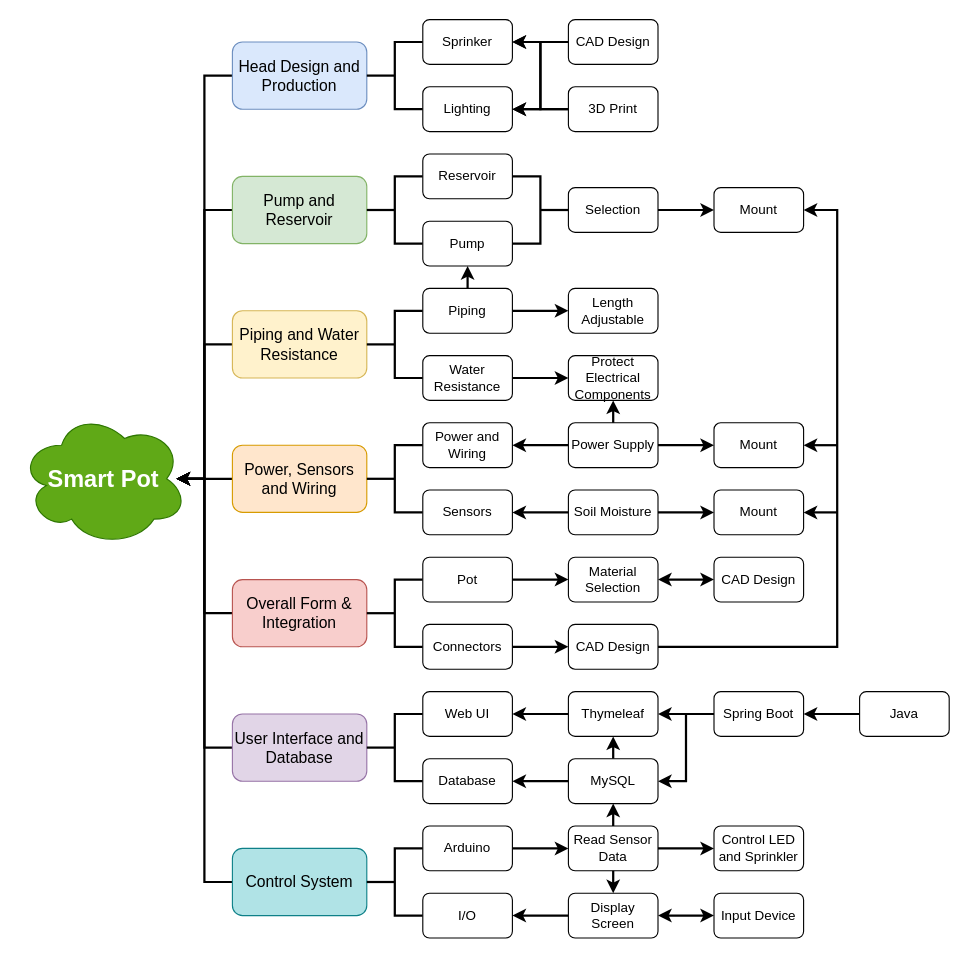
Before: drawio Flowcharts/Sub-Systems Flowchart.drawio in lyzhang0113/SmartPot, a draw.io diagram. Source tidied: cells renumbered, new cells numbered last; positions are measured from the earlier drawing's top-left corner, leaving out a move shared by most shapes. Both pictures are drawn from the tidied source at 112%, with x=0, y=0 at pixel (19, 19).
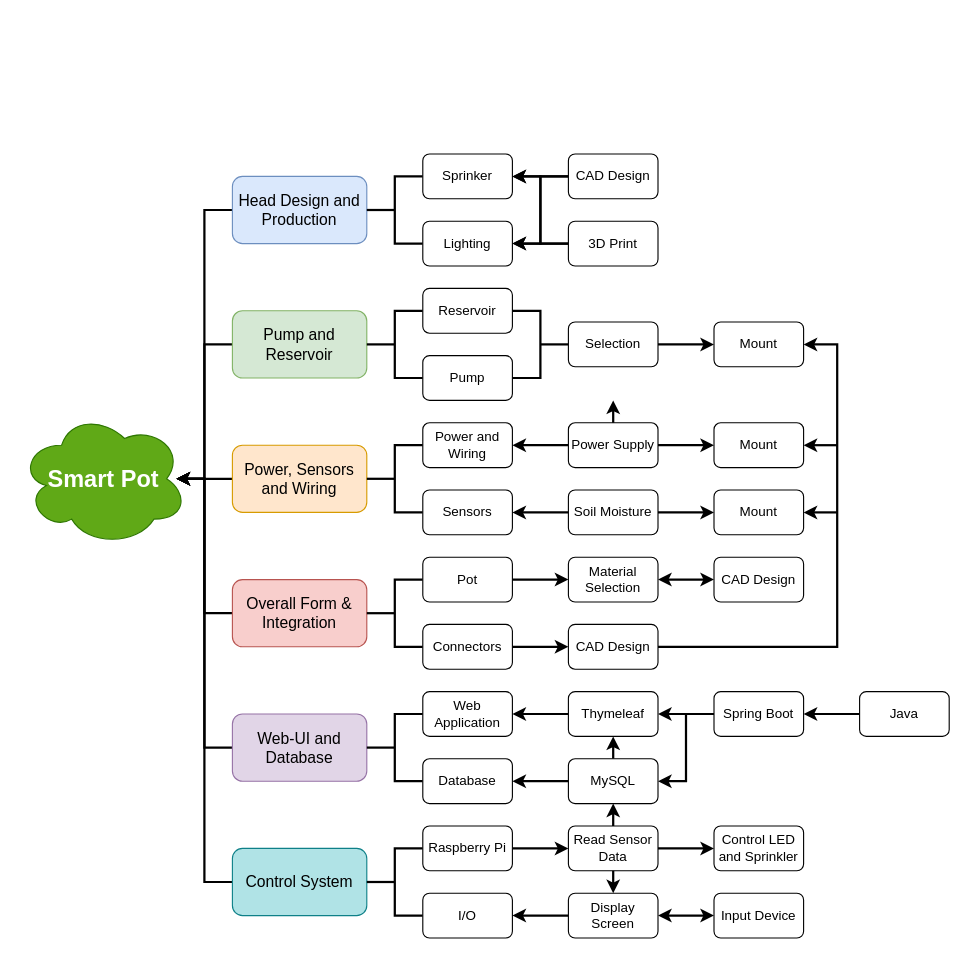
The same page after the edit.

The change refers to these unchanged cells:
```xml
<mxCell id="4" value="&lt;b&gt;&lt;font style=&quot;font-size: 20px&quot;&gt;Smart Pot&lt;/font&gt;&lt;/b&gt;" style="rounded=0;whiteSpace=wrap;html=1;comic=0;strokeColor=none;" parent="1" vertex="1">
  <mxGeometry x="20" y="370" width="120" height="80" as="geometry" />
</mxCell>
<mxCell id="67" value="Power Supply" style="rounded=1;whiteSpace=wrap;html=1;" parent="1" vertex="1">
  <mxGeometry x="490" y="360" width="80" height="40" as="geometry" />
</mxCell>
<mxCell id="84" value="CAD Design" style="rounded=1;whiteSpace=wrap;html=1;" parent="1" vertex="1">
  <mxGeometry x="490" y="540" width="80" height="40" as="geometry" />
</mxCell>
```

Diff of the diagram source:
```diff
@@
     <mxCell id="3" value="&lt;font style=&quot;font-size: 14px&quot;&gt;Head Design and Production&lt;/font&gt;" style="rounded=1;whiteSpace=wrap;html=1;horizontal=1;direction=south;fillColor=#dae8fc;strokeColor=#6c8ebf;" parent="1" vertex="1">
-      <mxGeometry x="190" y="20" width="120" height="60" as="geometry" />
+      <mxGeometry x="190" y="140" width="120" height="60" as="geometry" />
     </mxCell>
@@
     <mxCell id="6" value="&lt;font style=&quot;font-size: 14px&quot;&gt;Pump and Reservoir&lt;/font&gt;" style="rounded=1;whiteSpace=wrap;html=1;fillColor=#d5e8d4;strokeColor=#82b366;" parent="1" vertex="1">
-      <mxGeometry x="190" y="140" width="120" height="60" as="geometry" />
+      <mxGeometry x="190" y="260" width="120" height="60" as="geometry" />
     </mxCell>
@@
-    <mxCell id="9" style="edgeStyle=orthogonalEdgeStyle;rounded=0;jettySize=auto;html=1;entryX=1;entryY=0.5;entryDx=0;entryDy=0;strokeWidth=2;" parent="1" edge="1" source="10" target="4">
-      <mxGeometry relative="1" as="geometry" />
-    </mxCell>
-    <mxCell id="10" value="&lt;font style=&quot;font-size: 14px&quot;&gt;Piping and Water Resistance&lt;/font&gt;" style="rounded=1;whiteSpace=wrap;html=1;fillColor=#fff2cc;strokeColor=#d6b656;" parent="1" vertex="1">
-      <mxGeometry x="190" y="260" width="120" height="60" as="geometry" />
-    </mxCell>
@@
-    <mxCell id="14" value="&lt;font style=&quot;font-size: 14px&quot;&gt;User Interface and Database&lt;/font&gt;" style="rounded=1;whiteSpace=wrap;html=1;fillColor=#e1d5e7;strokeColor=#9673a6;" parent="1" vertex="1">
+    <mxCell id="14" value="&lt;font style=&quot;font-size: 14px&quot;&gt;Web-UI and Database&lt;/font&gt;" style="rounded=1;whiteSpace=wrap;html=1;fillColor=#e1d5e7;strokeColor=#9673a6;" parent="1" vertex="1">
       <mxGeometry x="190" y="620" width="120" height="60" as="geometry" />
     </mxCell>
@@
     <mxCell id="17" style="strokeWidth=2;html=1;shape=mxgraph.flowchart.annotation_2;align=left;labelPosition=right;" parent="1" vertex="1">
-      <mxGeometry x="310" y="20" width="50" height="60" as="geometry" />
+      <mxGeometry x="310" y="140" width="50" height="60" as="geometry" />
     </mxCell>
     <mxCell id="18" style="strokeWidth=2;html=1;shape=mxgraph.flowchart.annotation_2;align=left;labelPosition=right;" parent="1" vertex="1">
-      <mxGeometry x="310" y="140" width="50" height="60" as="geometry" />
+      <mxGeometry x="310" y="260" width="50" height="60" as="geometry" />
     </mxCell>
@@
-    <mxCell id="20" style="strokeWidth=2;html=1;shape=mxgraph.flowchart.annotation_2;align=left;labelPosition=right;" parent="1" vertex="1">
-      <mxGeometry x="310" y="260" width="50" height="60" as="geometry" />
-    </mxCell>
@@
     <mxCell id="24" value="Sprinker" style="rounded=1;whiteSpace=wrap;html=1;" parent="1" vertex="1">
-      <mxGeometry x="360" width="80" height="40" as="geometry" />
+      <mxGeometry x="360" y="120" width="80" height="40" as="geometry" />
     </mxCell>
     <mxCell id="25" value="Lighting" style="rounded=1;whiteSpace=wrap;html=1;" parent="1" vertex="1">
-      <mxGeometry x="360" y="60" width="80" height="40" as="geometry" />
+      <mxGeometry x="360" y="180" width="80" height="40" as="geometry" />
     </mxCell>
     <mxCell id="26" value="Reservoir" style="rounded=1;whiteSpace=wrap;html=1;" parent="1" vertex="1">
-      <mxGeometry x="360" y="120" width="80" height="40" as="geometry" />
+      <mxGeometry x="360" y="240" width="80" height="40" as="geometry" />
     </mxCell>
     <mxCell id="27" value="Pump" style="rounded=1;whiteSpace=wrap;html=1;" parent="1" vertex="1">
-      <mxGeometry x="360" y="180" width="80" height="40" as="geometry" />
+      <mxGeometry x="360" y="300" width="80" height="40" as="geometry" />
     </mxCell>
@@
-    <mxCell id="30" style="edgeStyle=orthogonalEdgeStyle;rounded=0;jettySize=auto;html=1;entryX=0;entryY=0.5;entryDx=0;entryDy=0;strokeWidth=2;" parent="1" edge="1" source="31" target="71">
-      <mxGeometry relative="1" as="geometry" />
-    </mxCell>
-    <mxCell id="31" value="Piping" style="rounded=1;whiteSpace=wrap;html=1;" parent="1" vertex="1">
-      <mxGeometry x="360" y="240" width="80" height="40" as="geometry" />
-    </mxCell>
-    <mxCell id="32" style="edgeStyle=orthogonalEdgeStyle;rounded=0;jettySize=auto;html=1;entryX=0;entryY=0.5;entryDx=0;entryDy=0;strokeWidth=2;" parent="1" edge="1" source="33" target="72">
-      <mxGeometry relative="1" as="geometry" />
-    </mxCell>
-    <mxCell id="33" value="Water Resistance" style="rounded=1;whiteSpace=wrap;html=1;" parent="1" vertex="1">
-      <mxGeometry x="360" y="300" width="80" height="40" as="geometry" />
-    </mxCell>
@@
-    <mxCell id="36" value="Web UI" style="rounded=1;whiteSpace=wrap;html=1;" parent="1" vertex="1">
+    <mxCell id="36" value="Web Application" style="rounded=1;whiteSpace=wrap;html=1;" parent="1" vertex="1">
       <mxGeometry x="360" y="600" width="80" height="40" as="geometry" />
     </mxCell>
@@
-    <mxCell id="39" value="Arduino" style="rounded=1;whiteSpace=wrap;html=1;" parent="1" vertex="1">
+    <mxCell id="39" value="Raspberry Pi" style="rounded=1;whiteSpace=wrap;html=1;" parent="1" vertex="1">
       <mxGeometry x="360" y="720" width="80" height="40" as="geometry" />
     </mxCell>
@@
     <mxCell id="43" value="CAD Design" style="rounded=1;whiteSpace=wrap;html=1;" parent="1" vertex="1">
-      <mxGeometry x="490" width="80" height="40" as="geometry" />
+      <mxGeometry x="490" y="120" width="80" height="40" as="geometry" />
     </mxCell>
@@
     <mxCell id="46" value="3D Print" style="rounded=1;whiteSpace=wrap;html=1;" parent="1" vertex="1">
-      <mxGeometry x="490" y="60" width="80" height="40" as="geometry" />
+      <mxGeometry x="490" y="180" width="80" height="40" as="geometry" />
     </mxCell>
@@
     <mxCell id="48" style="strokeWidth=2;html=1;shape=mxgraph.flowchart.annotation_2;align=left;labelPosition=right;flipH=1;" parent="1" vertex="1">
-      <mxGeometry x="440" y="140" width="50" height="60" as="geometry" />
+      <mxGeometry x="440" y="260" width="50" height="60" as="geometry" />
     </mxCell>
@@
     <mxCell id="50" value="Selection" style="rounded=1;whiteSpace=wrap;html=1;" parent="1" vertex="1">
-      <mxGeometry x="490" y="150" width="80" height="40" as="geometry" />
+      <mxGeometry x="490" y="270" width="80" height="40" as="geometry" />
     </mxCell>
     <mxCell id="51" value="Mount" style="rounded=1;whiteSpace=wrap;html=1;" parent="1" vertex="1">
-      <mxGeometry x="620" y="150" width="80" height="40" as="geometry" />
+      <mxGeometry x="620" y="270" width="80" height="40" as="geometry" />
     </mxCell>
@@
-    <mxCell id="71" value="Length Adjustable" style="rounded=1;whiteSpace=wrap;html=1;" parent="1" vertex="1">
-      <mxGeometry x="490" y="240" width="80" height="40" as="geometry" />
-    </mxCell>
-    <mxCell id="72" value="Protect Electrical Components" style="rounded=1;whiteSpace=wrap;html=1;" parent="1" vertex="1">
-      <mxGeometry x="490" y="300" width="80" height="40" as="geometry" />
-    </mxCell>
@@
-    <mxCell id="86" style="endArrow=classic;html=1;exitX=0.5;exitY=0;exitDx=0;exitDy=0;entryX=0.5;entryY=1;entryDx=0;entryDy=0;strokeWidth=2;" parent="1" edge="1" source="31" target="27">
-      <mxGeometry relative="1" as="geometry" />
-    </mxCell>
     <mxCell id="87" style="endArrow=classic;html=1;exitX=1;exitY=0.5;exitDx=0;exitDy=0;entryX=1;entryY=0.5;entryDx=0;entryDy=0;rounded=0;strokeWidth=2;" parent="1" edge="1" source="84" target="51">
       <mxGeometry relative="1" as="geometry">
         <Array as="points">
           <mxPoint x="730" y="560" />
-          <mxPoint x="730" y="170" />
+          <mxPoint x="730" y="290" />
         </Array>
       </mxGeometry>
     </mxCell>
-    <mxCell id="88" style="endArrow=classic;html=1;strokeWidth=2;exitX=0.5;exitY=0;exitDx=0;exitDy=0;entryX=0.5;entryY=1;entryDx=0;entryDy=0;" parent="1" edge="1" source="67" target="72">
-      <mxGeometry relative="1" as="geometry" />
+    <mxCell id="88" style="endArrow=classic;html=1;strokeWidth=2;exitX=0.5;exitY=0;exitDx=0;exitDy=0;entryX=0.5;entryY=1;entryDx=0;entryDy=0;" parent="1" edge="1" source="67">
+      <mxGeometry relative="1" as="geometry">
+        <mxPoint x="530" y="340" as="targetPoint" />
+      </mxGeometry>
     </mxCell>
```
